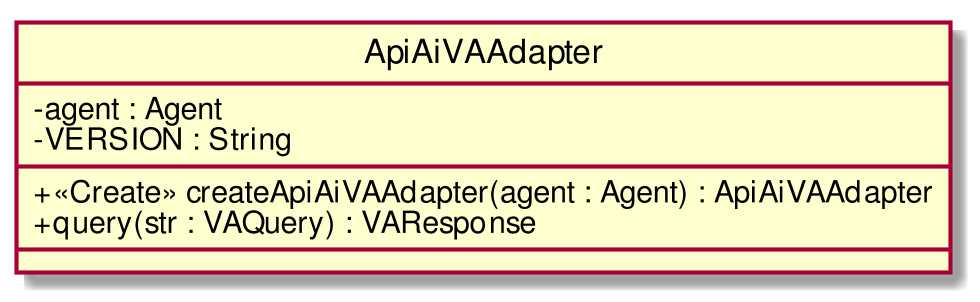
The PlantUML diagram RP/Esterni/DefinizioneDiProdotto/images/ClassApiAiVAAdapter.png in CoCodeSWE/Docs, before a commit. Source of this version:
```plantuml
@startuml
scale 1000*1000
skinparam classAttributeIconSize 0
class ApiAiVAAdapter{
- agent : Agent
- VERSION : String
__
+ <<Create>> createApiAiVAAdapter(agent : Agent) : ApiAiVAAdapter
+ query(str : VAQuery) : VAResponse
__

}
hide circle
@enduml
```
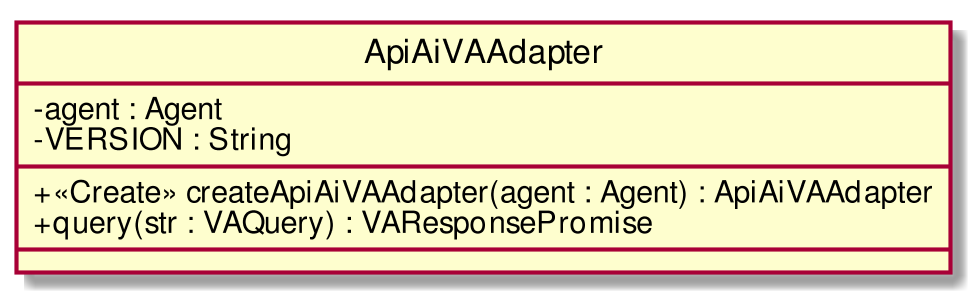
Later version of the same file.

What changed in the source:
```diff
@@ -6,7 +6,7 @@
 - VERSION : String
 __
 + <<Create>> createApiAiVAAdapter(agent : Agent) : ApiAiVAAdapter
-+ query(str : VAQuery) : VAResponse
++ query(str : VAQuery) : VAResponsePromise
 __
 
 }
```
